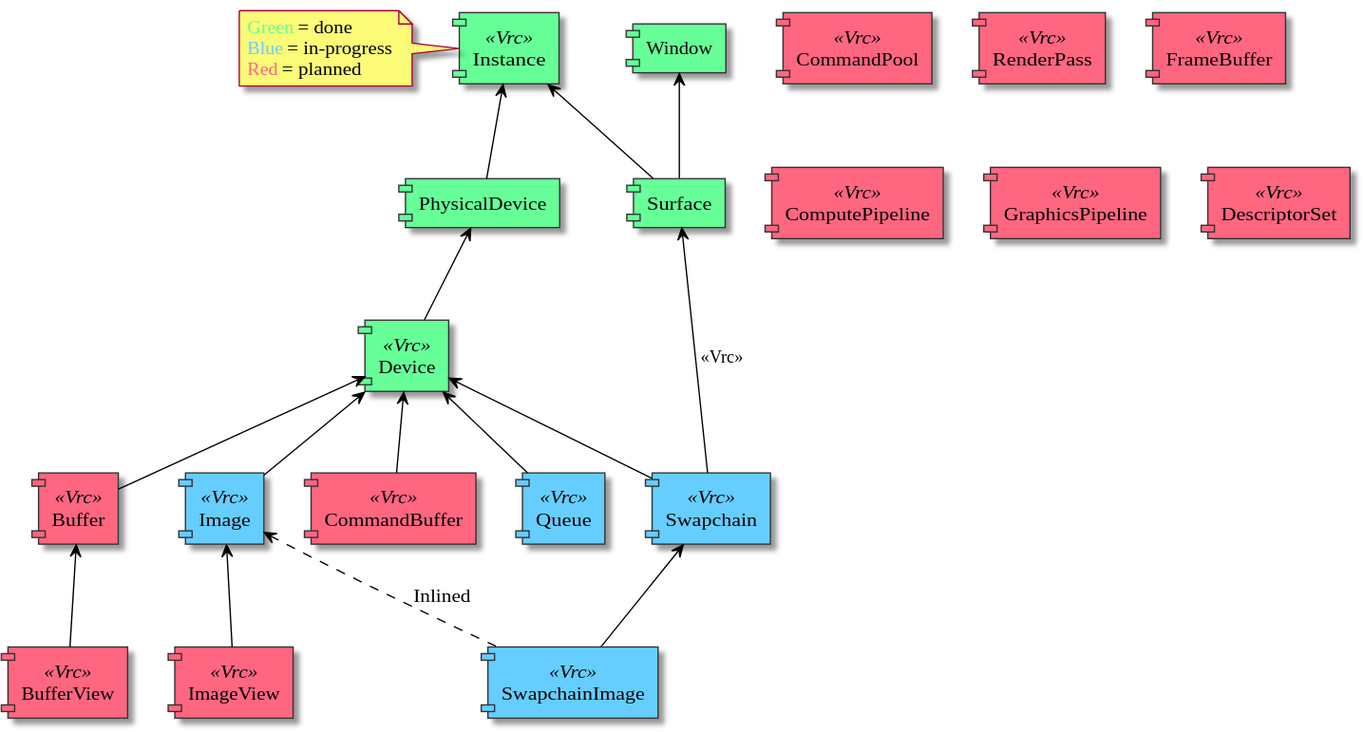
The PlantUML diagram media/object_dependency_graph.svg in vulkayes/vulkayes-thesis, before a commit.
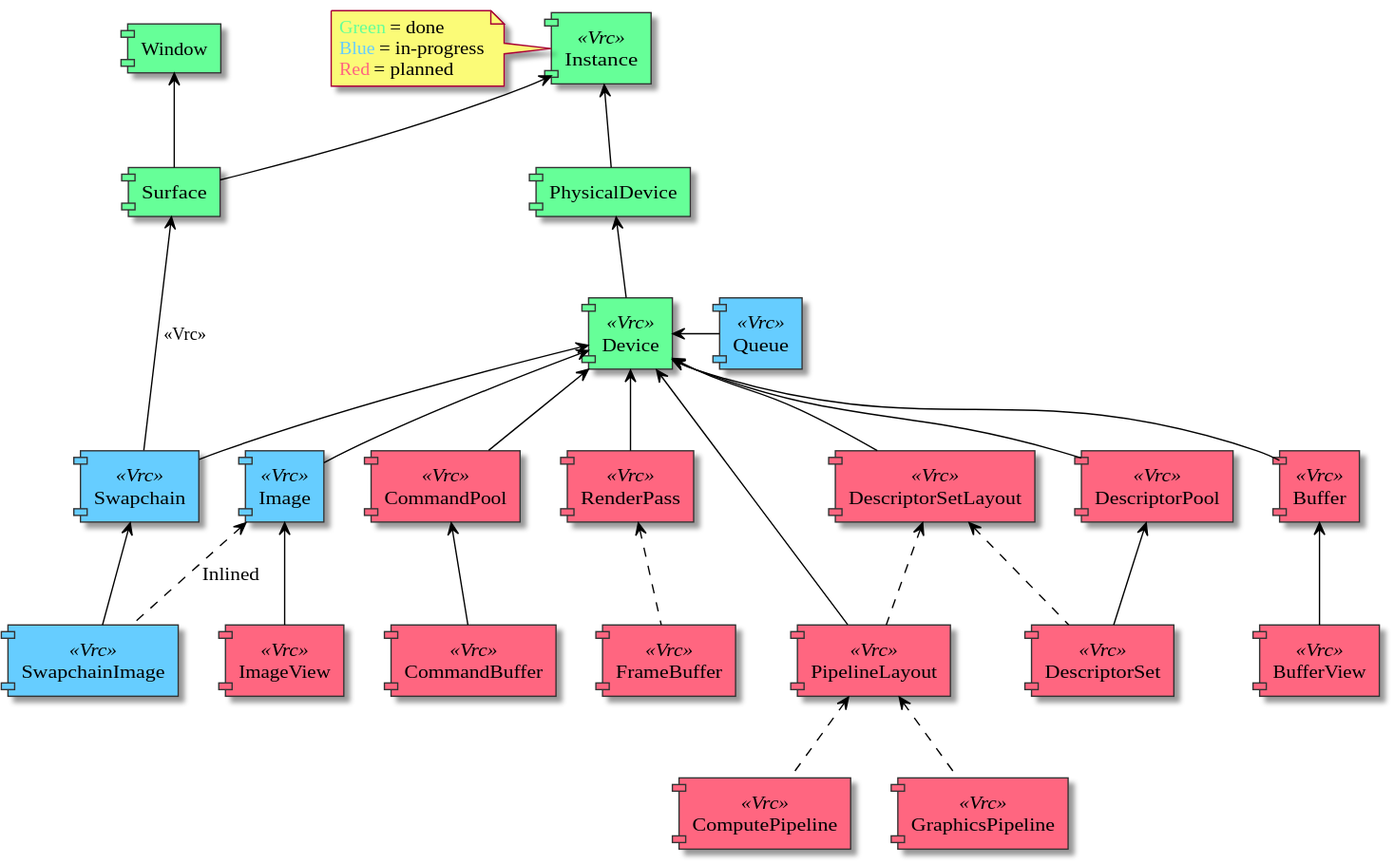
Above is the later version.

The edit, as a diff of the source:
```diff
@@ -39,26 +39,44 @@
 component [FrameBuffer] <<Vrc>> #FF6680
 component [ComputePipeline] <<Vrc>> #FF6680
 component [GraphicsPipeline] <<Vrc>> #FF6680
+
+component [DescriptorSetLayout] <<Vrc>> #FF6680
+component [PipelineLayout] <<Vrc>> #FF6680
+
+component [DescriptorPool] <<Vrc>> #FF6680
+
 component [DescriptorSet] <<Vrc>> #FF6680
 
 [Instance] <-- [PhysicalDevice]
 [Instance] <-- [Surface]
+
 [Window] <-- [Surface]
-
 [PhysicalDevice] <-- [Device]
 [Surface] <-- [Swapchain] : <<Vrc>>
 
-[Device] <-- [Queue]
+[Device] <- [Queue]
 [Device] <-- [Swapchain]
 [Device] <-- [Image]
 [Device] <-- [Buffer]
-[Device] <-- [CommandBuffer]
+[Device] <-- [CommandPool]
+[Device] <-- [RenderPass]
+[Device] <-- [DescriptorSetLayout]
+[Device] <-- [PipelineLayout]
+[Device] <-- [DescriptorPool]
 
 [Swapchain] <-- [SwapchainImage]
 
 [Image] <.. [SwapchainImage] : Inlined
 [Image] <-- [ImageView]
-
 [Buffer] <-- [BufferView]
 
+[CommandPool] <-- [CommandBuffer]
+
+[RenderPass] <.. [FrameBuffer]
+[DescriptorSetLayout] <.. [DescriptorSet]
+[DescriptorSetLayout] <.. [PipelineLayout]
+[PipelineLayout] <.. [ComputePipeline]
+[PipelineLayout] <.. [GraphicsPipeline]
+[DescriptorPool] <-- [DescriptorSet]
+
 @enduml
```
